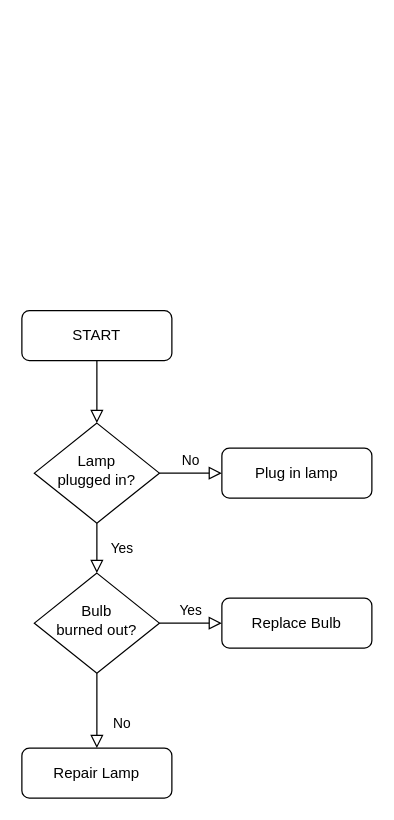
This is toHandOn/二级拓展指令流程图.drawio from ShiaoYoung/Computer_Composition_Experiment, a draw.io file, before an edit. Source tidied: cells renumbered, new cells numbered last; positions are measured from the earlier drawing's top-left corner, leaving out a move shared by most shapes. Both pictures are drawn from the tidied source at 125%, with x=0, y=0 at pixel (21, 310).
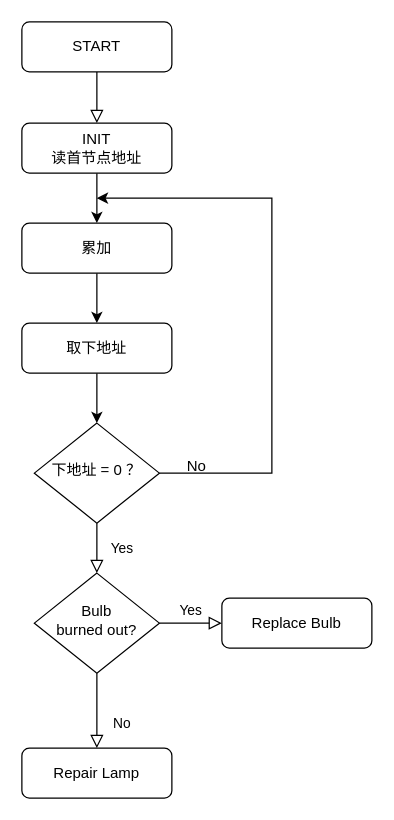
Above is the later version.

Commit message (it also covers changes not shown here):
更新二级拓展指令流程图.drawio

What changed in the source:
```diff
@@
-    <mxCell id="2" style="rounded=0;html=1;jettySize=auto;fontSize=11;endArrow=block;endFill=0;endSize=8;strokeWidth=1;shadow=0;labelBackgroundColor=none;edgeStyle=orthogonalEdgeStyle;" parent="1" edge="1" source="3" target="6">
-      <mxGeometry relative="1" as="geometry" />
-    </mxCell>
+    <mxCell id="13" style="edgeStyle=orthogonalEdgeStyle;rounded=0;jettySize=auto;html=1;exitX=0.5;exitY=1;exitDx=0;exitDy=0;entryX=0.5;entryY=0;entryDx=0;entryDy=0;endArrow=block;endFill=0;endSize=8;" parent="1" edge="1" source="3" target="16">
+      <mxGeometry relative="1" as="geometry" />
+    </mxCell>
     <mxCell id="3" value="START" style="rounded=1;whiteSpace=wrap;html=1;fontSize=12;glass=0;strokeWidth=1;shadow=0;" parent="1" vertex="1">
-      <mxGeometry width="120" height="40" as="geometry" />
+      <mxGeometry y="-231" width="120" height="40" as="geometry" />
     </mxCell>
@@
-    <mxCell id="5" value="No" style="edgeStyle=orthogonalEdgeStyle;rounded=0;html=1;jettySize=auto;fontSize=11;endArrow=block;endFill=0;endSize=8;strokeWidth=1;shadow=0;labelBackgroundColor=none;" parent="1" edge="1" source="6" target="7">
-      <mxGeometry y="10" relative="1" as="geometry" />
-    </mxCell>
+    <mxCell id="14" style="edgeStyle=orthogonalEdgeStyle;rounded=0;jettySize=auto;html=1;exitX=1;exitY=0.5;exitDx=0;exitDy=0;" parent="1" edge="1" source="6">
+      <mxGeometry relative="1" as="geometry">
+        <mxPoint x="60" y="-90" as="targetPoint" />
+        <Array as="points">
+          <mxPoint x="200" y="130" />
+          <mxPoint x="200" y="-90" />
+        </Array>
+      </mxGeometry>
+    </mxCell>
-    <mxCell id="6" value="Lamp&lt;br&gt;plugged in?" style="rhombus;whiteSpace=wrap;html=1;shadow=0;fontFamily=Helvetica;fontSize=12;align=center;strokeWidth=1;spacing=6;spacingTop=-4;" parent="1" vertex="1">
+    <mxCell id="6" value="下地址 = 0 ？" style="rhombus;whiteSpace=wrap;html=1;shadow=0;fontFamily=Helvetica;fontSize=12;align=center;strokeWidth=1;spacing=6;spacingTop=-4;" parent="1" vertex="1">
       <mxGeometry x="10" y="90" width="100" height="80" as="geometry" />
     </mxCell>
-    <mxCell id="7" value="Plug in lamp" style="rounded=1;whiteSpace=wrap;html=1;fontSize=12;glass=0;strokeWidth=1;shadow=0;" parent="1" vertex="1">
-      <mxGeometry x="160" y="110" width="120" height="40" as="geometry" />
-    </mxCell>
@@
+    <mxCell id="15" style="edgeStyle=orthogonalEdgeStyle;rounded=0;jettySize=auto;html=1;exitX=0.5;exitY=1;exitDx=0;exitDy=0;entryX=0.5;entryY=0;entryDx=0;entryDy=0;" parent="1" edge="1" source="16" target="18">
+      <mxGeometry relative="1" as="geometry" />
+    </mxCell>
+    <mxCell id="16" value="INIT&lt;div&gt;读首节点地址&lt;/div&gt;" style="rounded=1;whiteSpace=wrap;html=1;fontSize=12;glass=0;strokeWidth=1;shadow=0;" parent="1" vertex="1">
+      <mxGeometry y="-150" width="120" height="40" as="geometry" />
+    </mxCell>
+    <mxCell id="17" style="edgeStyle=orthogonalEdgeStyle;rounded=0;jettySize=auto;html=1;exitX=0.5;exitY=1;exitDx=0;exitDy=0;entryX=0.5;entryY=0;entryDx=0;entryDy=0;" parent="1" edge="1" source="18" target="20">
+      <mxGeometry relative="1" as="geometry" />
+    </mxCell>
+    <mxCell id="18" value="累加" style="rounded=1;whiteSpace=wrap;html=1;fontSize=12;glass=0;strokeWidth=1;shadow=0;" parent="1" vertex="1">
+      <mxGeometry y="-70" width="120" height="40" as="geometry" />
+    </mxCell>
+    <mxCell id="19" style="edgeStyle=orthogonalEdgeStyle;rounded=0;jettySize=auto;html=1;exitX=0.5;exitY=1;exitDx=0;exitDy=0;entryX=0.5;entryY=0;entryDx=0;entryDy=0;" parent="1" edge="1" source="20" target="6">
+      <mxGeometry relative="1" as="geometry" />
+    </mxCell>
+    <mxCell id="20" value="取下地址" style="rounded=1;whiteSpace=wrap;html=1;fontSize=12;glass=0;strokeWidth=1;shadow=0;" parent="1" vertex="1">
+      <mxGeometry y="10" width="120" height="40" as="geometry" />
+    </mxCell>
+    <mxCell id="5" value="No" style="text;html=1;align=center;verticalAlign=middle;whiteSpace=wrap;rounded=0;" parent="1" vertex="1">
+      <mxGeometry x="110" y="110" width="60" height="30" as="geometry" />
+    </mxCell>
```
